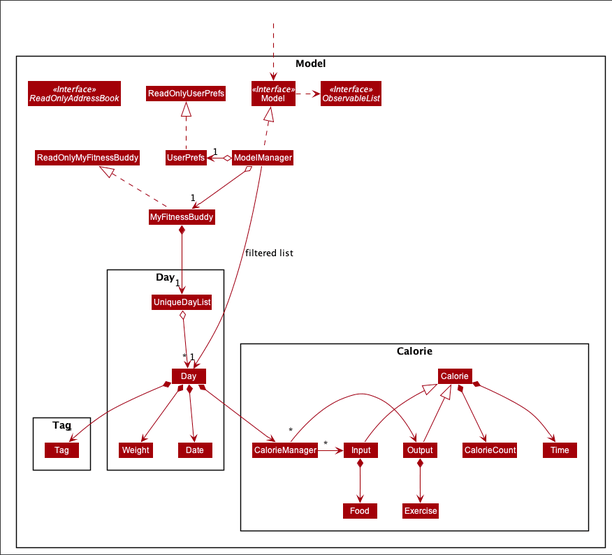
Above: docs/images/ModelClassDiagram.png in wayne987/tp (PlantUML), before the change. Its source is kept beside it as docs/diagrams/ModelClassDiagram.puml. The source it was exported from:
```plantuml
@startuml
!include style.puml
skinparam arrowThickness 1.1
skinparam arrowColor MODEL_COLOR
skinparam classBackgroundColor MODEL_COLOR

Package Model <<Rectangle>>{
Interface ReadOnlyAddressBook <<Interface>>
Interface Model <<Interface>>
Interface ObservableList <<Interface>>
Class MyFitnessBuddy
Class ReadOnlyMyFitnessBuddy
Class Model
Class ModelManager
Class UserPrefs
Class ReadOnlyUserPrefs

Package Day {
Class Day
Class Weight
Class Date
Class UniqueDayList
}

Package Calorie {
Class Calorie
Class Input
Class Output
Class CalorieManager
Class CalorieCount
Class Time
Class Exercise
Class Food
}

CalorieManager "*"-> Input
CalorieManager "*"-> Output
Calorie *--> Time
Calorie *--> CalorieCount
Calorie <|-- Input
Calorie <|-- Output

Input *--> Food
Output *--> Exercise

Package Tag {
Class Tag
}
}

Class HiddenOutside #FFFFFF
HiddenOutside ..> Model

MyFitnessBuddy .up.|> ReadOnlyMyFitnessBuddy

ModelManager .up.|> Model
Model .right.> ObservableList
ModelManager o--> "1" MyFitnessBuddy
ModelManager o-left-> "1" UserPrefs
UserPrefs .up.|> ReadOnlyUserPrefs

MyFitnessBuddy *--> "1" UniqueDayList
UniqueDayList o--> "*" Day
Day *--> CalorieManager
Day *--> "*" Tag
Day *--> Date
Day *--> Weight


ModelManager -->"1" Day : filtered list
@enduml
```
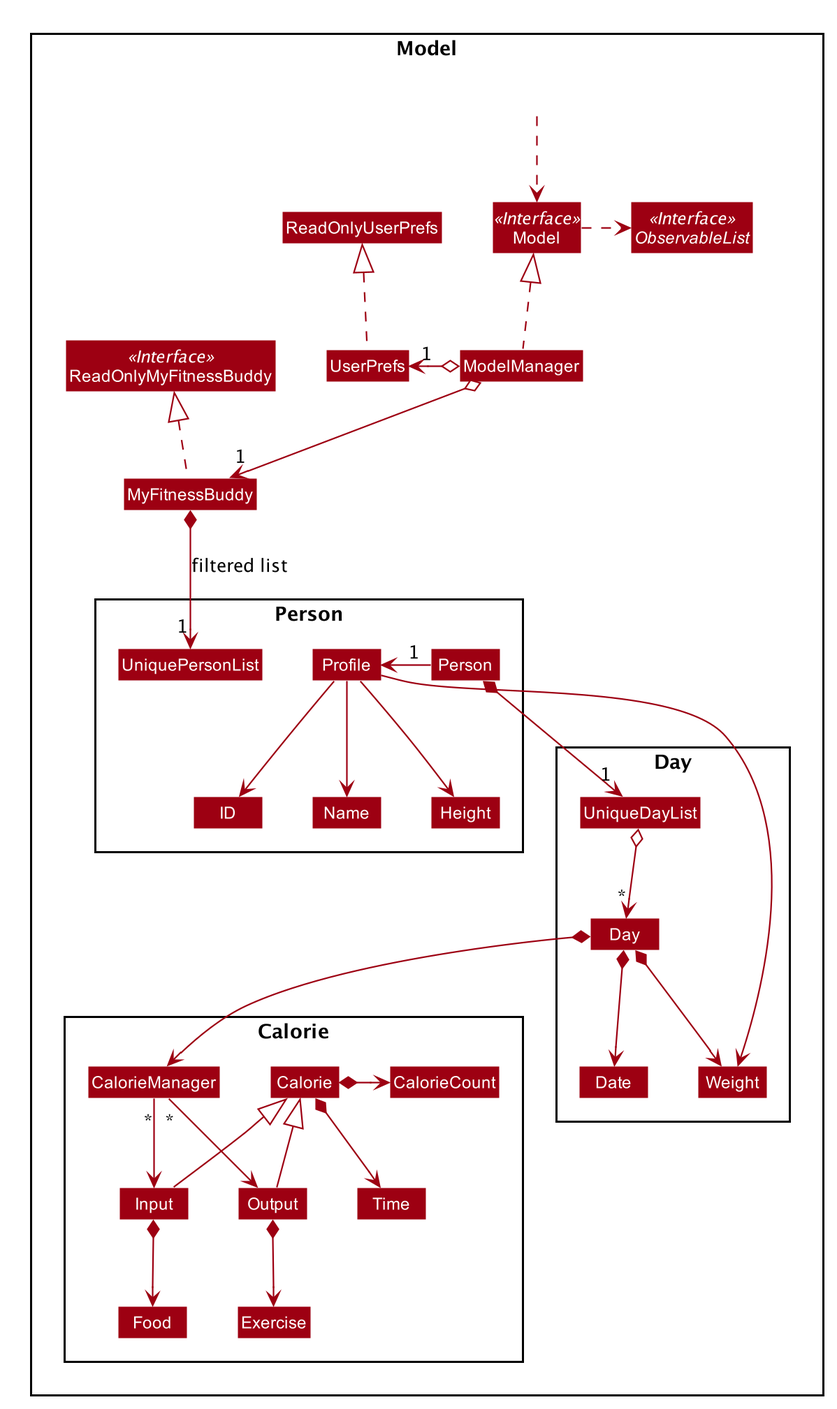
The same diagram one commit later.

Diff of the diagram source:
```diff
@@ -5,7 +5,7 @@
 skinparam classBackgroundColor MODEL_COLOR
 
 Package Model <<Rectangle>>{
-Interface ReadOnlyAddressBook <<Interface>>
+Interface ReadOnlyMyFitnessBuddy <<Interface>>
 Interface Model <<Interface>>
 Interface ObservableList <<Interface>>
 Class MyFitnessBuddy
@@ -14,6 +14,16 @@
 Class ModelManager
 Class UserPrefs
 Class ReadOnlyUserPrefs
+
+Package Person {
+Class Person
+Class Profile
+Class ID
+Class Name
+Class Height
+Class UniquePersonList
+}
+
 
 Package Day {
 Class Day
@@ -33,23 +43,26 @@
 Class Food
 }
 
-CalorieManager "*"-> Input
-CalorieManager "*"-> Output
-Calorie *--> Time
-Calorie *--> CalorieCount
+Person "1"-> Profile
+Profile --> Name
+Profile --> ID
+Profile --> Height
+Profile --> Weight
+
+CalorieManager "*"--> Input
+CalorieManager "*"--> Output
 Calorie <|-- Input
 Calorie <|-- Output
+Calorie *--> Time
+Calorie *-> CalorieCount
 
 Input *--> Food
 Output *--> Exercise
 
-Package Tag {
-Class Tag
-}
-}
 
 Class HiddenOutside #FFFFFF
 HiddenOutside ..> Model
+
 
 MyFitnessBuddy .up.|> ReadOnlyMyFitnessBuddy
 
@@ -59,13 +72,13 @@
 ModelManager o-left-> "1" UserPrefs
 UserPrefs .up.|> ReadOnlyUserPrefs
 
-MyFitnessBuddy *--> "1" UniqueDayList
+MyFitnessBuddy *--> "1" UniquePersonList : filtered list
+
+Person *--> "1" UniqueDayList
+
 UniqueDayList o--> "*" Day
 Day *--> CalorieManager
-Day *--> "*" Tag
 Day *--> Date
 Day *--> Weight
 
-
-ModelManager -->"1" Day : filtered list
 @enduml
```
